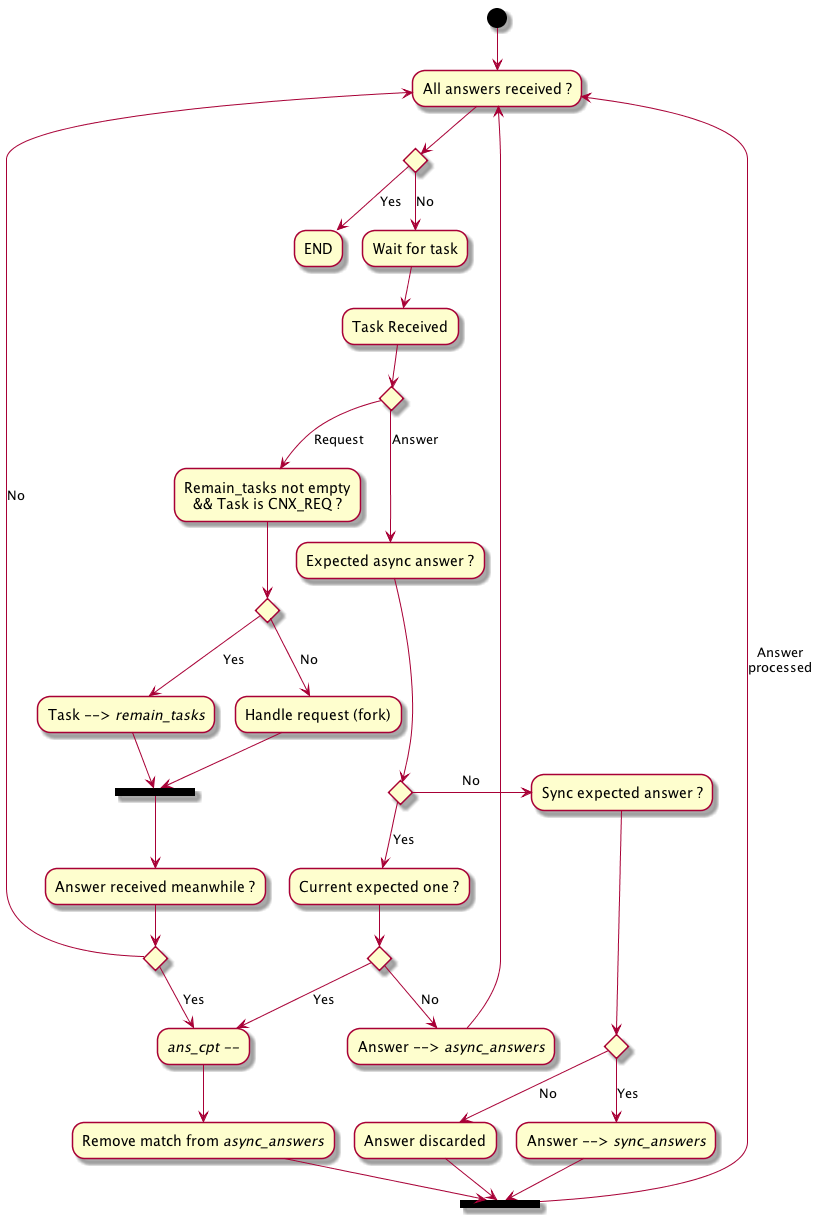
tof25/DST keeps this PlantUML diagram as doc/UML/Algo_recept_Wait.png. Above is the earlier version.
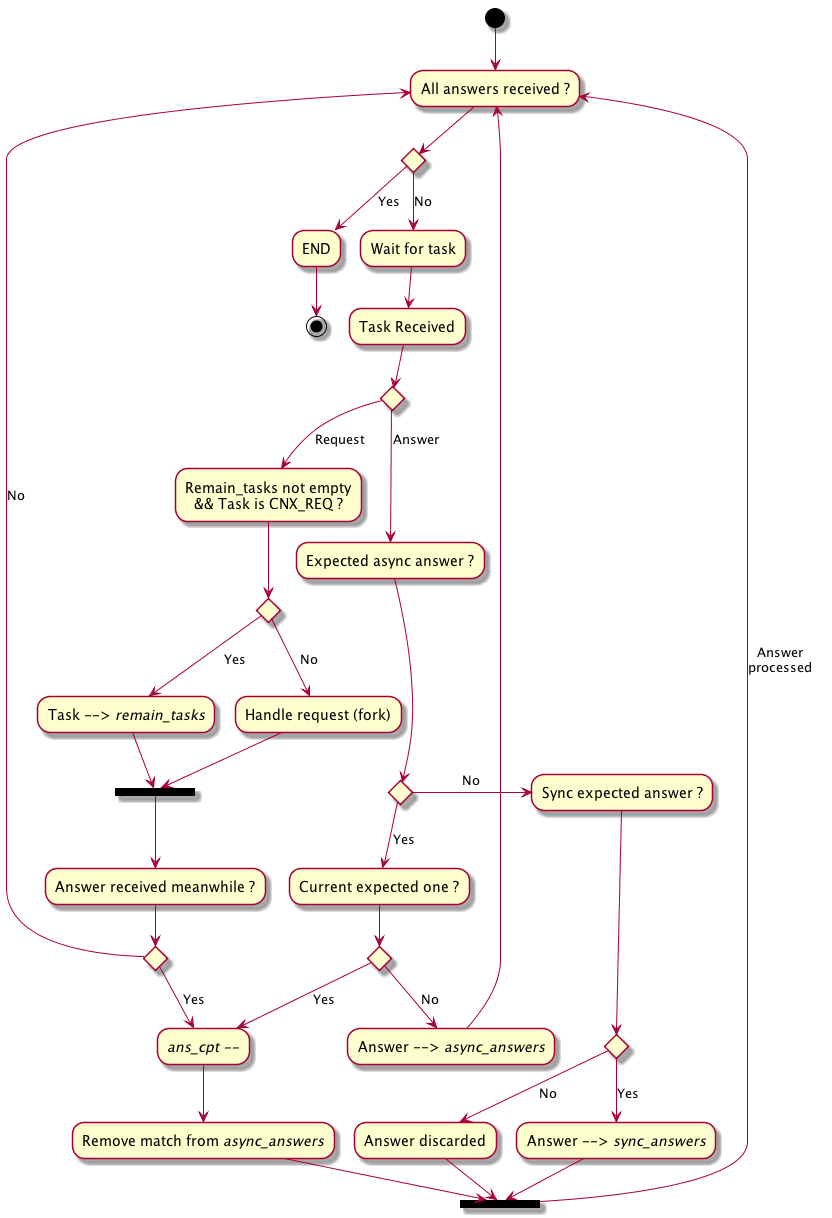
The same file after the commit.

Diff of the diagram source:
```diff
@@ -3,6 +3,7 @@
 
 if "" then
     -->[Yes] "END"
+    -->(*)
 else
     -->[No] "Wait for task"
     --> "Task Received"
```
